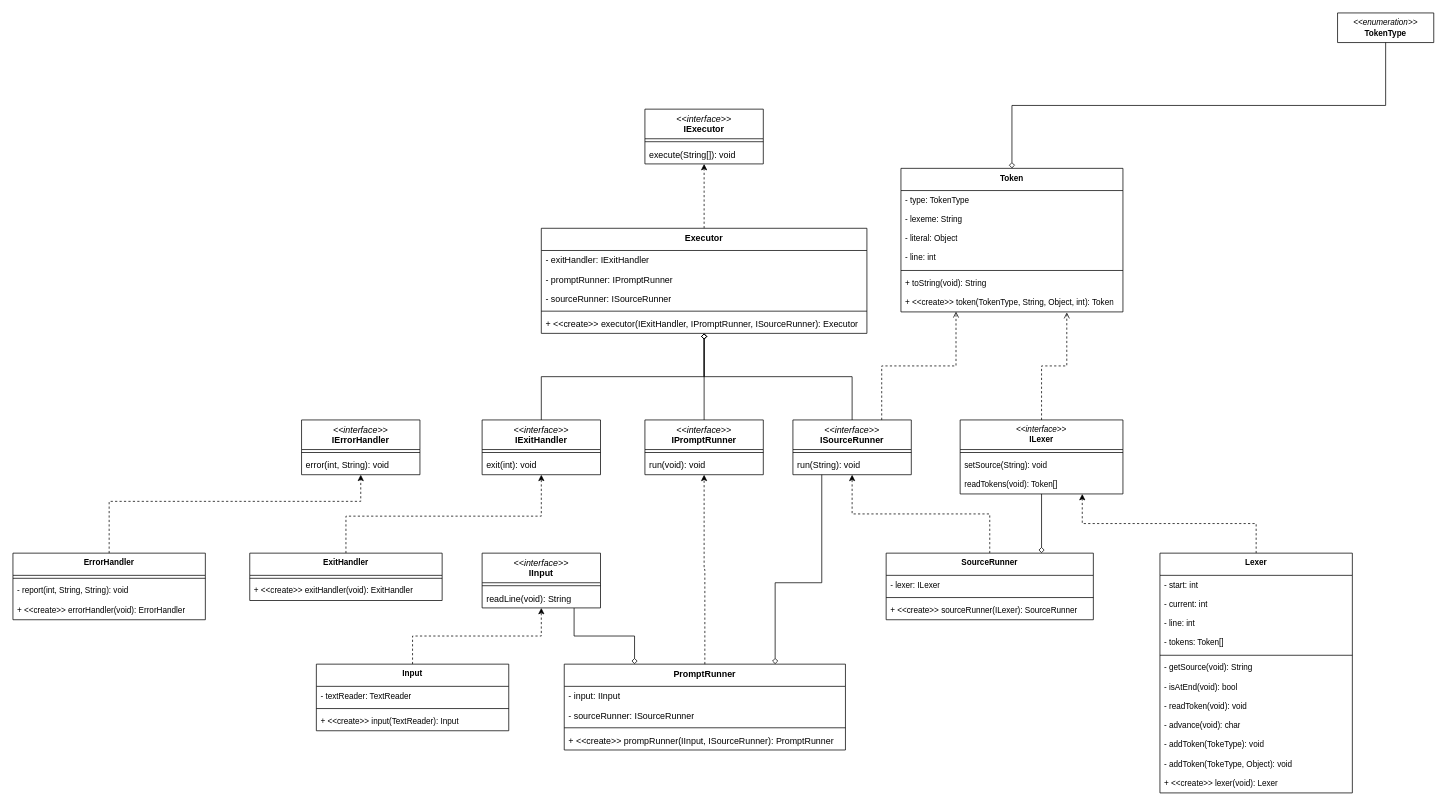
Earlier version of the draw.io diagram cslox/doc/uml-class-diagram.drawio (sradms0/lox). Source tidied: cells renumbered, new cells numbered last; positions are measured from the earlier drawing's top-left corner, leaving out a move shared by most shapes. Both pictures are drawn from the tidied source at 74%, with x=0, y=0 at pixel (13, 13).
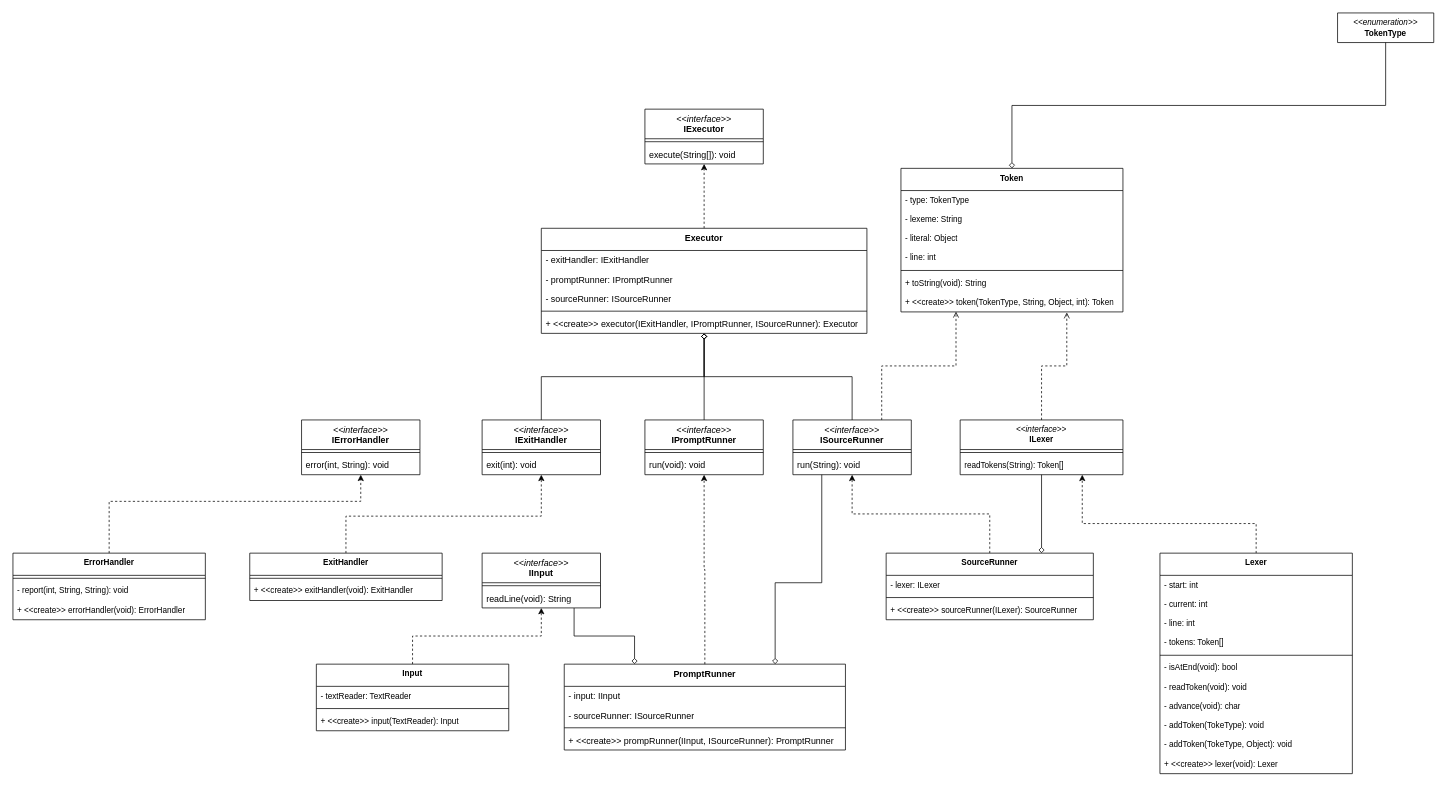
Above is the later version.

What changed in the source:
```diff
@@
     <mxCell id="53" value="&lt;span style=&quot;font-weight: normal;&quot;&gt;&lt;i&gt;&amp;lt;&amp;lt;interface&amp;gt;&amp;gt;&lt;/i&gt;&lt;/span&gt;&lt;div&gt;ILexer&lt;/div&gt;" style="swimlane;fontStyle=1;align=center;verticalAlign=top;horizontal=1;startSize=40;whiteSpace=wrap;html=1;fontFamily=Helvetica;fontSize=11;fontColor=default;labelBackgroundColor=default;" parent="1" vertex="1">
-      <mxGeometry x="1280" y="550" width="220" height="100" as="geometry" />
+      <mxGeometry x="1280" y="550" width="220" height="74" as="geometry" />
     </mxCell>
@@
-    <mxCell id="55" value="setSource(String): void" style="text;strokeColor=none;fillColor=none;align=left;verticalAlign=top;spacingLeft=4;spacingRight=4;overflow=hidden;whiteSpace=wrap;html=1;fontFamily=Helvetica;fontSize=11;fontColor=default;labelBackgroundColor=default;" parent="53" vertex="1">
-      <mxGeometry y="48" width="220" height="26" as="geometry" />
-    </mxCell>
-    <mxCell id="56" value="readTokens(void): Token[]" style="text;strokeColor=none;fillColor=none;align=left;verticalAlign=top;spacingLeft=4;spacingRight=4;overflow=hidden;whiteSpace=wrap;html=1;fontFamily=Helvetica;fontSize=11;fontColor=default;labelBackgroundColor=default;" parent="53" vertex="1">
-      <mxGeometry y="74" width="220" height="26" as="geometry" />
+    <mxCell id="56" value="readTokens(String): Token[]" style="text;strokeColor=none;fillColor=none;align=left;verticalAlign=top;spacingLeft=4;spacingRight=4;overflow=hidden;whiteSpace=wrap;html=1;fontFamily=Helvetica;fontSize=11;fontColor=default;labelBackgroundColor=default;" parent="53" vertex="1">
+      <mxGeometry y="48" width="220" height="26" as="geometry" />
     </mxCell>
@@
     <mxCell id="76" value="Lexer" style="swimlane;fontStyle=1;align=center;verticalAlign=top;horizontal=1;startSize=30;whiteSpace=wrap;html=1;fontFamily=Helvetica;fontSize=11;fontColor=default;labelBackgroundColor=default;" parent="1" vertex="1">
-      <mxGeometry x="1550" y="730" width="260" height="324" as="geometry" />
+      <mxGeometry x="1550" y="730" width="260" height="298" as="geometry" />
     </mxCell>
@@
-    <mxCell id="82" value="- getSource(void): String" style="text;strokeColor=none;fillColor=none;align=left;verticalAlign=top;spacingLeft=4;spacingRight=4;overflow=hidden;whiteSpace=wrap;html=1;fontFamily=Helvetica;fontSize=11;fontColor=default;labelBackgroundColor=default;" parent="76" vertex="1">
-      <mxGeometry y="142" width="260" height="26" as="geometry" />
-    </mxCell>
     <mxCell id="83" value="- isAtEnd(void): bool" style="text;strokeColor=none;fillColor=none;align=left;verticalAlign=top;spacingLeft=4;spacingRight=4;overflow=hidden;whiteSpace=wrap;html=1;fontFamily=Helvetica;fontSize=11;fontColor=default;labelBackgroundColor=default;" parent="76" vertex="1">
-      <mxGeometry y="168" width="260" height="26" as="geometry" />
+      <mxGeometry y="142" width="260" height="26" as="geometry" />
     </mxCell>
     <mxCell id="84" value="- readToken(void): void" style="text;strokeColor=none;fillColor=none;align=left;verticalAlign=top;spacingLeft=4;spacingRight=4;overflow=hidden;whiteSpace=wrap;html=1;fontFamily=Helvetica;fontSize=11;fontColor=default;labelBackgroundColor=default;" parent="76" vertex="1">
-      <mxGeometry y="194" width="260" height="26" as="geometry" />
+      <mxGeometry y="168" width="260" height="26" as="geometry" />
     </mxCell>
     <mxCell id="85" value="- advance(void): char" style="text;strokeColor=none;fillColor=none;align=left;verticalAlign=top;spacingLeft=4;spacingRight=4;overflow=hidden;whiteSpace=wrap;html=1;fontFamily=Helvetica;fontSize=11;fontColor=default;labelBackgroundColor=default;" parent="76" vertex="1">
-      <mxGeometry y="220" width="260" height="26" as="geometry" />
+      <mxGeometry y="194" width="260" height="26" as="geometry" />
     </mxCell>
     <mxCell id="86" value="- addToken(TokeType): void" style="text;strokeColor=none;fillColor=none;align=left;verticalAlign=top;spacingLeft=4;spacingRight=4;overflow=hidden;whiteSpace=wrap;html=1;fontFamily=Helvetica;fontSize=11;fontColor=default;labelBackgroundColor=default;" parent="76" vertex="1">
-      <mxGeometry y="246" width="260" height="26" as="geometry" />
+      <mxGeometry y="220" width="260" height="26" as="geometry" />
     </mxCell>
     <mxCell id="87" value="- addToken(TokeType, Object): void" style="text;strokeColor=none;fillColor=none;align=left;verticalAlign=top;spacingLeft=4;spacingRight=4;overflow=hidden;whiteSpace=wrap;html=1;fontFamily=Helvetica;fontSize=11;fontColor=default;labelBackgroundColor=default;" parent="76" vertex="1">
-      <mxGeometry y="272" width="260" height="26" as="geometry" />
+      <mxGeometry y="246" width="260" height="26" as="geometry" />
     </mxCell>
     <mxCell id="88" value="+ &amp;lt;&amp;lt;create&amp;gt;&amp;gt; lexer(void): Lexer" style="text;strokeColor=none;fillColor=none;align=left;verticalAlign=top;spacingLeft=4;spacingRight=4;overflow=hidden;whiteSpace=wrap;html=1;fontFamily=Helvetica;fontSize=11;fontColor=default;labelBackgroundColor=default;" parent="76" vertex="1">
-      <mxGeometry y="298" width="260" height="26" as="geometry" />
+      <mxGeometry y="272" width="260" height="26" as="geometry" />
     </mxCell>
```
